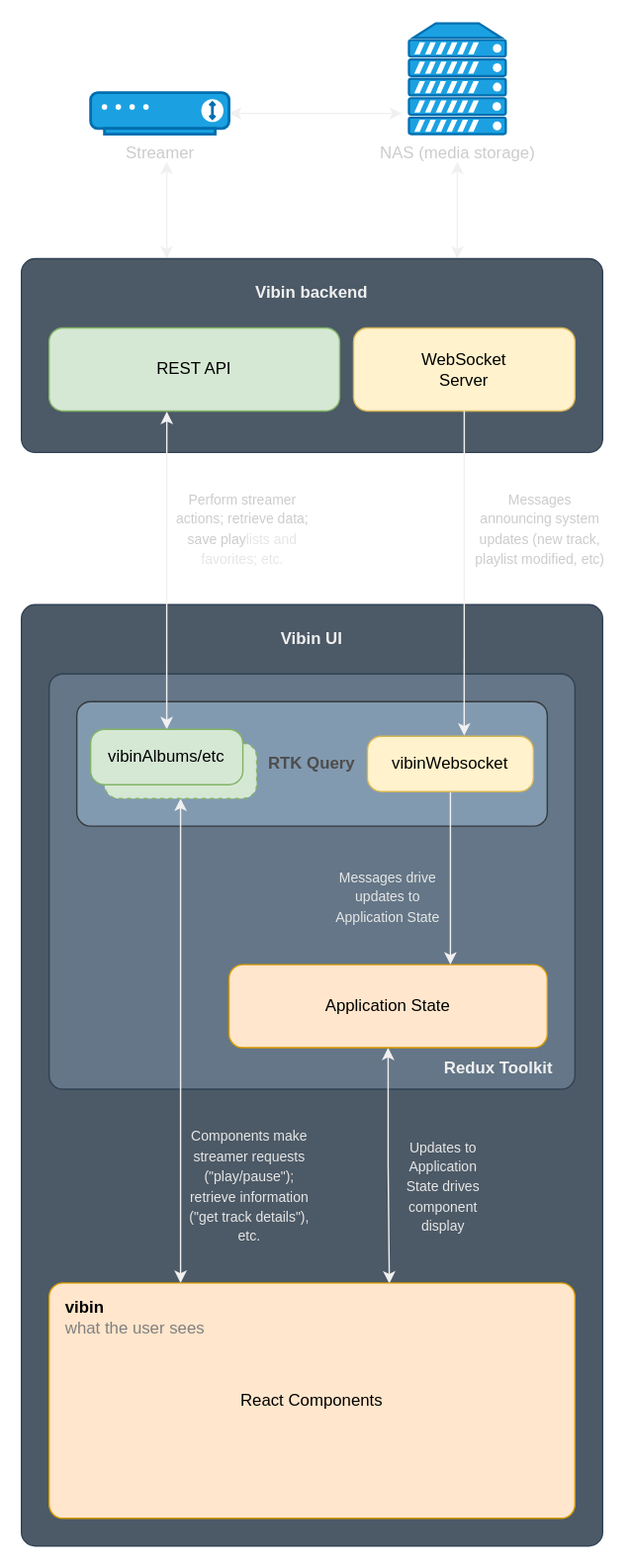
mjoblin/vibinui keeps this draw.io diagram as media/vibinui_dataflow.svg. Above is the earlier version. Source tidied: cells renumbered, new cells last; positions are measured from the earlier drawing's top-left corner, leaving out a move shared by most shapes.
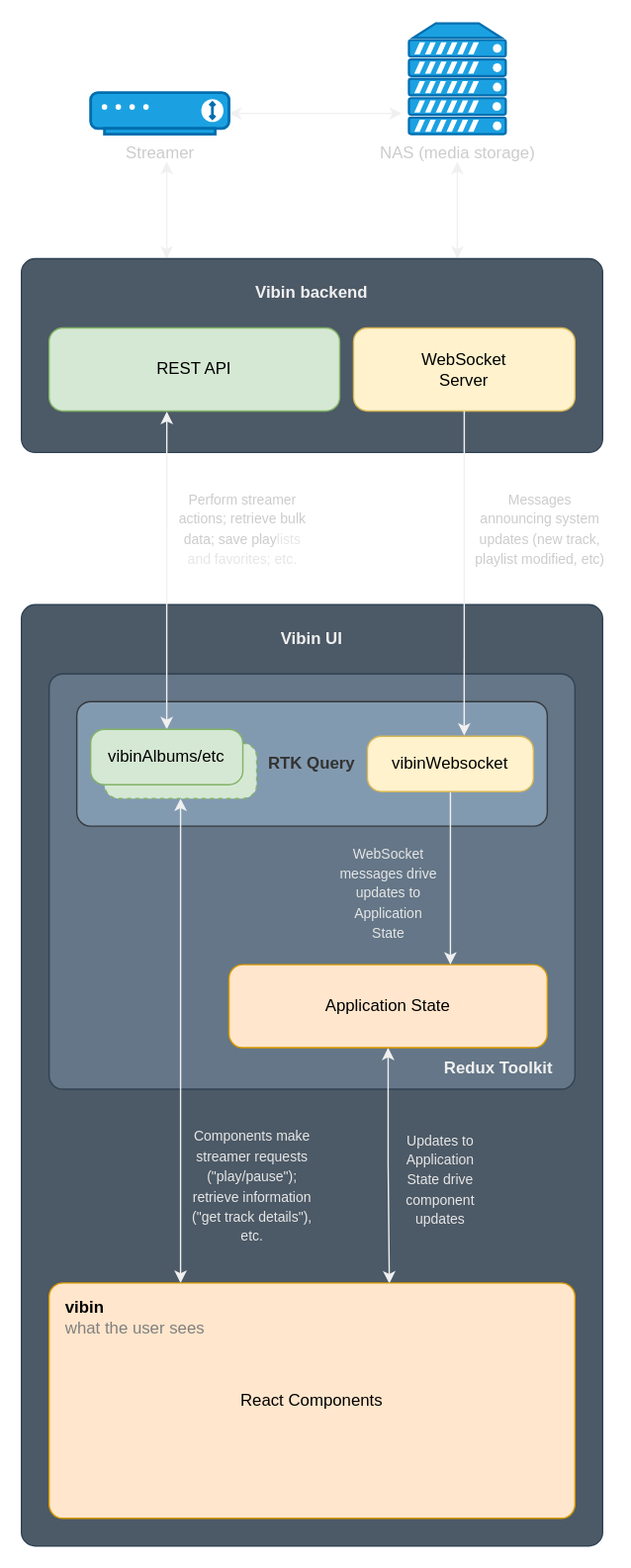
Later version of the same file.

Commit message:
Further developer README updates

Diff of the diagram source:
```diff
@@ -36,7 +36,7 @@
     <mxCell id="11" value="&lt;font color=&quot;#000000&quot;&gt;Application State&lt;/font&gt;" style="rounded=1;whiteSpace=wrap;html=1;absoluteArcSize=1;fillColor=#ffe6cc;strokeColor=#d79b00;" parent="1" vertex="1">
       <mxGeometry x="150" y="680" width="230" height="60" as="geometry" />
     </mxCell>
-    <mxCell id="12" value="&lt;b&gt;&lt;font color=&quot;#4d4d4d&quot;&gt;RTK Query&lt;/font&gt;&lt;/b&gt;" style="rounded=1;whiteSpace=wrap;html=1;absoluteArcSize=1;fillColor=#829AB0;strokeColor=#36393d;" parent="1" vertex="1">
+    <mxCell id="12" value="&lt;b&gt;&lt;font color=&quot;#333333&quot;&gt;RTK Query&lt;/font&gt;&lt;/b&gt;" style="rounded=1;whiteSpace=wrap;html=1;absoluteArcSize=1;fillColor=#829AB0;strokeColor=#36393d;" parent="1" vertex="1">
       <mxGeometry x="40" y="490" width="340" height="90" as="geometry" />
     </mxCell>
     <mxCell id="13" style="edgeStyle=orthogonalEdgeStyle;rounded=0;jettySize=auto;html=1;exitX=0.25;exitY=0;exitDx=0;exitDy=0;entryX=0.5;entryY=1;entryDx=0;entryDy=0;startArrow=classic;startFill=1;" parent="1" edge="1" source="14" target="18">
@@ -83,18 +83,18 @@
       <mxGeometry x="50" y="50" width="100" height="30" as="geometry" />
     </mxCell>
     <mxCell id="26" value="&lt;font color=&quot;#e6e6e6&quot; style=&quot;font-size: 10px;&quot;&gt;Components make streamer requests (&quot;play/pause&quot;); retrieve information (&quot;get track details&quot;), etc.&lt;/font&gt;" style="text;html=1;strokeColor=none;fillColor=none;align=center;verticalAlign=middle;whiteSpace=wrap;rounded=0;fontColor=#CCCCCC;" parent="1" vertex="1">
-      <mxGeometry x="120" y="780" width="90" height="120" as="geometry" />
+      <mxGeometry x="118" y="780" width="98" height="120" as="geometry" />
     </mxCell>
     <mxCell id="27" value="&lt;font style=&quot;font-size: 10px;&quot;&gt;Messages announcing system updates (new track, playlist modified, etc)&lt;/font&gt;" style="text;html=1;strokeColor=none;fillColor=none;align=center;verticalAlign=middle;whiteSpace=wrap;rounded=0;fontColor=#CCCCCC;" parent="1" vertex="1">
       <mxGeometry x="325" y="330" width="100" height="70" as="geometry" />
     </mxCell>
-    <mxCell id="28" value="&lt;font color=&quot;#e6e6e6&quot; style=&quot;font-size: 10px;&quot;&gt;Updates to Application State drives component display&lt;/font&gt;" style="text;html=1;strokeColor=none;fillColor=none;align=center;verticalAlign=middle;whiteSpace=wrap;rounded=0;fontColor=#CCCCCC;" parent="1" vertex="1">
-      <mxGeometry x="270" y="798.8" width="70" height="82.5" as="geometry" />
+    <mxCell id="28" value="&lt;font color=&quot;#e6e6e6&quot; style=&quot;font-size: 10px;&quot;&gt;Updates to Application State drive component updates&lt;/font&gt;" style="text;html=1;strokeColor=none;fillColor=none;align=center;verticalAlign=middle;whiteSpace=wrap;rounded=0;fontColor=#CCCCCC;" parent="1" vertex="1">
+      <mxGeometry x="268" y="793.8" width="70" height="82.5" as="geometry" />
     </mxCell>
-    <mxCell id="29" value="&lt;font color=&quot;#e6e6e6&quot; style=&quot;font-size: 10px;&quot;&gt;Messages drive updates to Application State&lt;/font&gt;" style="text;html=1;strokeColor=none;fillColor=none;align=center;verticalAlign=middle;whiteSpace=wrap;rounded=0;fontColor=#CCCCCC;" parent="1" vertex="1">
-      <mxGeometry x="225" y="610" width="80" height="42.5" as="geometry" />
+    <mxCell id="29" value="&lt;font color=&quot;#e6e6e6&quot; style=&quot;font-size: 10px;&quot;&gt;WebSocket messages drive updates to Application State&lt;/font&gt;" style="text;html=1;strokeColor=none;fillColor=none;align=center;verticalAlign=middle;whiteSpace=wrap;rounded=0;fontColor=#CCCCCC;" parent="1" vertex="1">
+      <mxGeometry x="227" y="591" width="77" height="73" as="geometry" />
     </mxCell>
-    <mxCell id="30" value="&lt;font style=&quot;font-size: 10px;&quot;&gt;Perform streamer actions; retrieve data; save play&lt;/font&gt;&lt;font color=&quot;#e6e6e6&quot; style=&quot;font-size: 10px;&quot;&gt;lists and favorites;&amp;nbsp;etc.&lt;/font&gt;" style="text;html=1;strokeColor=none;fillColor=none;align=center;verticalAlign=middle;whiteSpace=wrap;rounded=0;fontColor=#CCCCCC;" parent="1" vertex="1">
+    <mxCell id="30" value="&lt;font style=&quot;font-size: 10px;&quot;&gt;Perform streamer actions; retrieve bulk data; save play&lt;/font&gt;&lt;font color=&quot;#e6e6e6&quot; style=&quot;font-size: 10px;&quot;&gt;lists and favorites;&amp;nbsp;etc.&lt;/font&gt;" style="text;html=1;strokeColor=none;fillColor=none;align=center;verticalAlign=middle;whiteSpace=wrap;rounded=0;fontColor=#CCCCCC;" parent="1" vertex="1">
       <mxGeometry x="110" y="330" width="100" height="70" as="geometry" />
     </mxCell>
     <mxCell id="31" value="&lt;b&gt;&lt;font color=&quot;#000000&quot;&gt;vibin&lt;br&gt;&lt;/font&gt;&lt;/b&gt;&lt;font color=&quot;#808080&quot;&gt;what the user sees&lt;/font&gt;" style="text;html=1;strokeColor=none;fillColor=none;align=left;verticalAlign=middle;whiteSpace=wrap;rounded=0;" parent="1" vertex="1">
```
